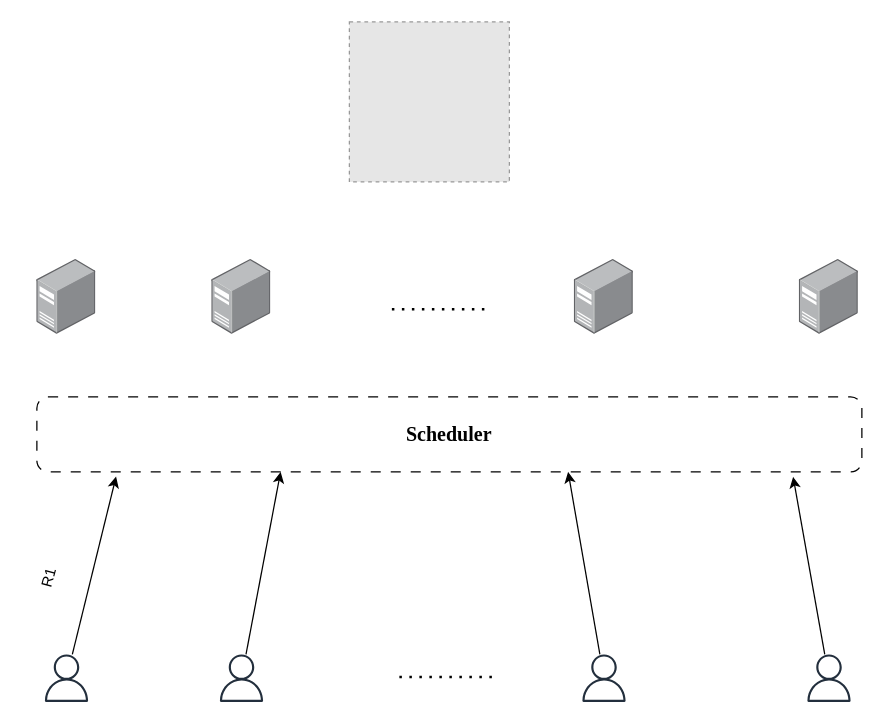
The draw.io diagram Dispatching.drawio in DCLe-DA/Learning-DL-by-Hand, before the edit. Source tidied: cells renumbered, new cells numbered last; positions are measured from the earlier drawing's top-left corner, leaving out a move shared by most shapes. Both pictures are drawn from the tidied source at 125%, with x=0, y=0 at pixel (11, 21). Pictures stored in the file or linked from it are replaced by grey dashed boxes.
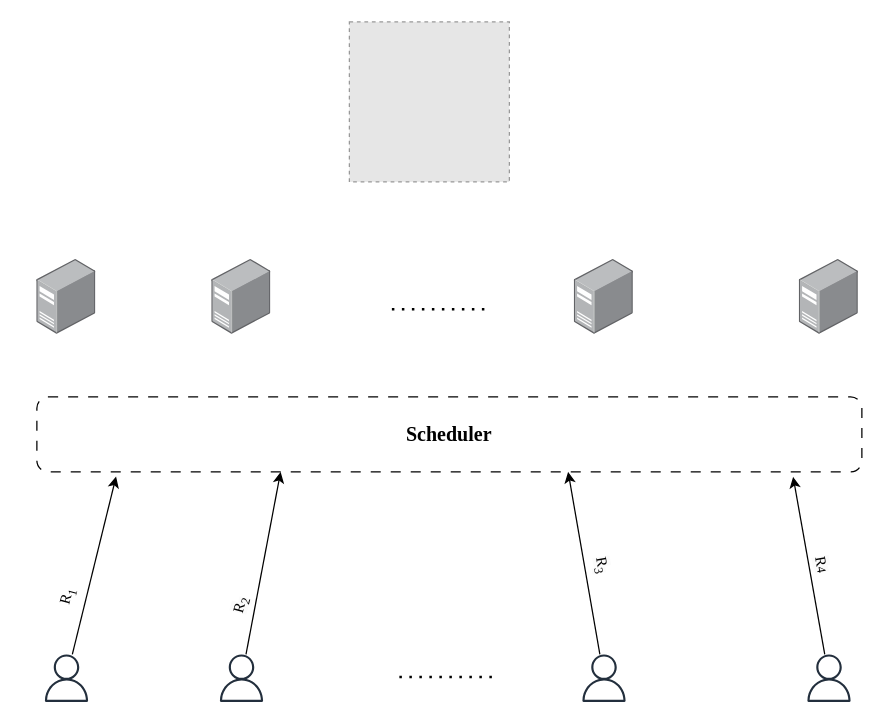
Above is the later version.

What changed in the source:
```diff
@@
-    <mxCell id="18" value="R1" style="text;strokeColor=none;align=center;fillColor=none;html=1;verticalAlign=middle;whiteSpace=wrap;rounded=0;rotation=-75;" parent="1" vertex="1">
-      <mxGeometry y="430" width="60" height="30" as="geometry" />
+    <mxCell id="18" value="&lt;font face=&quot;Times New Roman&quot;&gt;R&lt;sub&gt;1&lt;/sub&gt;&lt;/font&gt;" style="text;strokeColor=none;align=center;fillColor=none;html=1;verticalAlign=middle;whiteSpace=wrap;rounded=0;rotation=-75;" parent="1" vertex="1">
+      <mxGeometry x="20" y="450" width="50" height="20" as="geometry" />
     </mxCell>
+    <mxCell id="19" value="&lt;span style=&quot;color: rgb(0, 0, 0); font-family: &amp;quot;Times New Roman&amp;quot;; font-size: 12px; font-style: normal; font-variant-ligatures: normal; font-variant-caps: normal; font-weight: 400; letter-spacing: normal; orphans: 2; text-align: center; text-indent: 0px; text-transform: none; widows: 2; word-spacing: 0px; -webkit-text-stroke-width: 0px; background-color: rgb(251, 251, 251); text-decoration-thickness: initial; text-decoration-style: initial; text-decoration-color: initial; float: none; display: inline !important;&quot;&gt;R&lt;/span&gt;&lt;sub style=&quot;border-color: var(--border-color); color: rgb(0, 0, 0); font-family: &amp;quot;Times New Roman&amp;quot;; font-style: normal; font-variant-ligatures: normal; font-variant-caps: normal; font-weight: 400; letter-spacing: normal; orphans: 2; text-align: center; text-indent: 0px; text-transform: none; widows: 2; word-spacing: 0px; -webkit-text-stroke-width: 0px; background-color: rgb(251, 251, 251); text-decoration-thickness: initial; text-decoration-style: initial; text-decoration-color: initial;&quot;&gt;2&lt;/sub&gt;" style="text;whiteSpace=wrap;html=1;rotation=-75;" parent="1" vertex="1">
+      <mxGeometry x="158.7" y="440" width="50" height="20" as="geometry" />
+    </mxCell>
+    <mxCell id="20" value="&lt;span style=&quot;color: rgb(0, 0, 0); font-family: &amp;quot;Times New Roman&amp;quot;; font-size: 12px; font-style: normal; font-variant-ligatures: normal; font-variant-caps: normal; font-weight: 400; letter-spacing: normal; orphans: 2; text-align: center; text-indent: 0px; text-transform: none; widows: 2; word-spacing: 0px; -webkit-text-stroke-width: 0px; background-color: rgb(251, 251, 251); text-decoration-thickness: initial; text-decoration-style: initial; text-decoration-color: initial; float: none; display: inline !important;&quot;&gt;R&lt;/span&gt;&lt;sub style=&quot;border-color: var(--border-color); color: rgb(0, 0, 0); font-family: &amp;quot;Times New Roman&amp;quot;; font-style: normal; font-variant-ligatures: normal; font-variant-caps: normal; font-weight: 400; letter-spacing: normal; orphans: 2; text-align: center; text-indent: 0px; text-transform: none; widows: 2; word-spacing: 0px; -webkit-text-stroke-width: 0px; background-color: rgb(251, 251, 251); text-decoration-thickness: initial; text-decoration-style: initial; text-decoration-color: initial;&quot;&gt;3&lt;/sub&gt;" style="text;whiteSpace=wrap;html=1;rotation=80;" parent="1" vertex="1">
+      <mxGeometry x="454.7" y="440" width="50" height="20" as="geometry" />
+    </mxCell>
+    <mxCell id="21" value="&lt;span style=&quot;color: rgb(0, 0, 0); font-family: &amp;quot;Times New Roman&amp;quot;; font-size: 12px; font-style: normal; font-variant-ligatures: normal; font-variant-caps: normal; font-weight: 400; letter-spacing: normal; orphans: 2; text-align: center; text-indent: 0px; text-transform: none; widows: 2; word-spacing: 0px; -webkit-text-stroke-width: 0px; background-color: rgb(251, 251, 251); text-decoration-thickness: initial; text-decoration-style: initial; text-decoration-color: initial; float: none; display: inline !important;&quot;&gt;R&lt;/span&gt;&lt;span style=&quot;color: rgb(0, 0, 0); font-family: &amp;quot;Times New Roman&amp;quot;; font-style: normal; font-variant-ligatures: normal; font-variant-caps: normal; font-weight: 400; letter-spacing: normal; orphans: 2; text-align: center; text-indent: 0px; text-transform: none; widows: 2; word-spacing: 0px; -webkit-text-stroke-width: 0px; background-color: rgb(251, 251, 251); text-decoration-thickness: initial; text-decoration-style: initial; text-decoration-color: initial; float: none; display: inline !important; font-size: 10px;&quot;&gt;4&lt;/span&gt;" style="text;whiteSpace=wrap;html=1;rotation=80;" parent="1" vertex="1">
+      <mxGeometry x="630" y="440" width="50" height="20" as="geometry" />
+    </mxCell>
```
